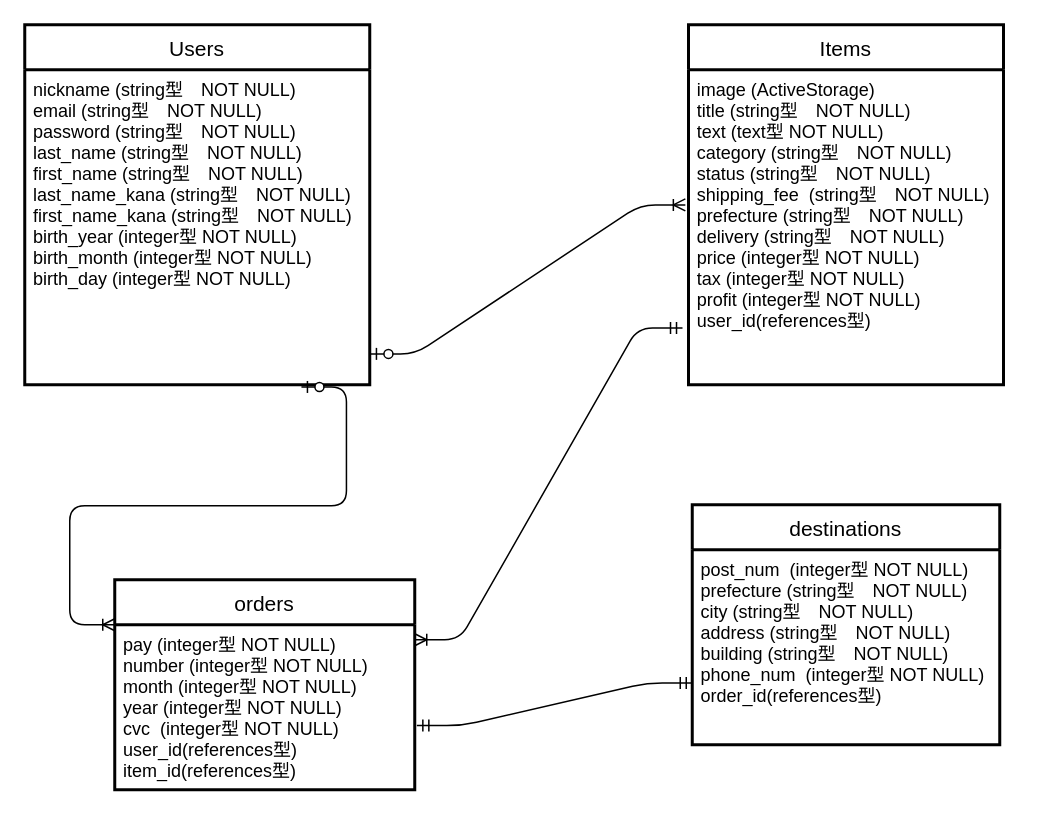
shunsaku0621/furima-35691 keeps this draw.io diagram as furima.dio. Above is the earlier version. Source tidied: cells renumbered, new cells numbered last; positions are measured from the earlier drawing's top-left corner, leaving out a move shared by most shapes. Both pictures are drawn from the tidied source at 150%, with x=0, y=0 at pixel (24, 24).
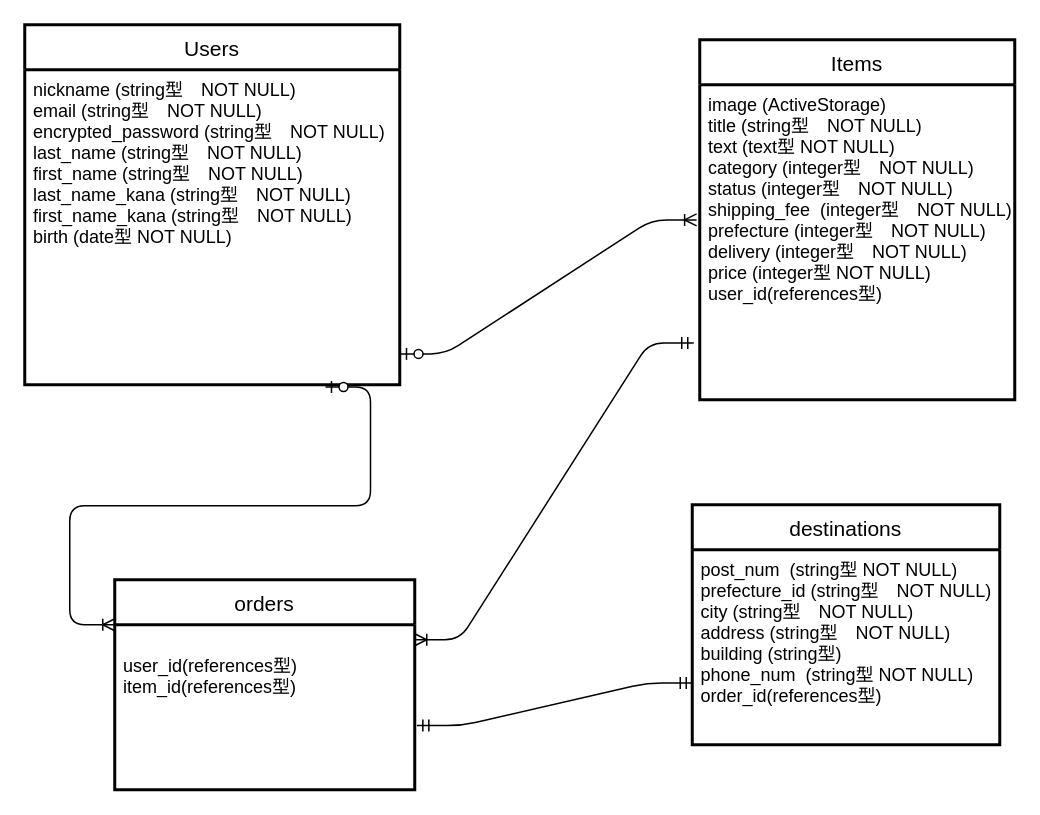
After the change.

Commit message (it also covers changes not shown here):
er図,READMEの修正１

Diff of the diagram source:
```diff
@@
 <mxGraphModel>
   <root>
     <mxCell id="0" />
     <mxCell id="1" parent="0" />
     <mxCell id="2" value="orders" style="swimlane;horizontal=1;startSize=30;fontSize=14;fontStyle=0;strokeWidth=2;shadow=0;dashed=0;align=center;" parent="1" vertex="1">
       <mxGeometry x="60" y="370" width="200" height="140" as="geometry" />
     </mxCell>
-    <mxCell id="3" value="pay (integer型 NOT NULL)&#10;number (integer型 NOT NULL)&#10;month (integer型 NOT NULL)&#10;year (integer型 NOT NULL)&#10;cvc  (integer型 NOT NULL)&#10;user_id(references型)&#10;item_id(references型)" style="align=left;strokeColor=none;fillColor=none;spacingLeft=4;fontSize=12;verticalAlign=top;" parent="2" vertex="1">
+    <mxCell id="3" value="&#10;user_id(references型)&#10;item_id(references型)" style="align=left;strokeColor=none;fillColor=none;spacingLeft=4;fontSize=12;verticalAlign=top;" parent="2" vertex="1">
       <mxGeometry y="30" width="200" height="110" as="geometry" />
     </mxCell>
     <mxCell id="4" value="Items" style="swimlane;horizontal=1;startSize=30;fontSize=14;fontStyle=0;strokeWidth=2;shadow=0;dashed=0;align=center;" parent="1" vertex="1">
-      <mxGeometry x="442.5" width="210" height="240" as="geometry" />
+      <mxGeometry x="450" y="10" width="210" height="240" as="geometry" />
     </mxCell>
-    <mxCell id="5" value="image (ActiveStorage)&#10;title (string型　NOT NULL)&#10;text (text型 NOT NULL)&#10;category (string型　NOT NULL)&#10;status (string型　NOT NULL)&#10;shipping_fee  (string型　NOT NULL)&#10;prefecture (string型　NOT NULL)&#10;delivery (string型　NOT NULL)&#10;price (integer型 NOT NULL)&#10;tax (integer型 NOT NULL)&#10;profit (integer型 NOT NULL)&#10;user_id(references型)" style="align=left;strokeColor=none;fillColor=none;spacingLeft=4;fontSize=12;verticalAlign=top;" parent="4" vertex="1">
+    <mxCell id="5" value="image (ActiveStorage)&#10;title (string型　NOT NULL)&#10;text (text型 NOT NULL)&#10;category (integer型　NOT NULL)&#10;status (integer型　NOT NULL)&#10;shipping_fee  (integer型　NOT NULL)&#10;prefecture (integer型　NOT NULL)&#10;delivery (integer型　NOT NULL)&#10;price (integer型 NOT NULL)&#10;user_id(references型)" style="align=left;strokeColor=none;fillColor=none;spacingLeft=4;fontSize=12;verticalAlign=top;" parent="4" vertex="1">
       <mxGeometry y="30" width="210" height="210" as="geometry" />
     </mxCell>
     <mxCell id="6" value="destinations" style="swimlane;horizontal=1;startSize=30;fontSize=14;fontStyle=0;strokeWidth=2;shadow=0;dashed=0;align=center;" parent="1" vertex="1">
       <mxGeometry x="445" y="320" width="205" height="160" as="geometry" />
     </mxCell>
-    <mxCell id="7" value="post_num  (integer型 NOT NULL)&#10;prefecture (string型　NOT NULL)&#10;city (string型　NOT NULL)&#10;address (string型　NOT NULL)&#10;building (string型　NOT NULL)&#10;phone_num  (integer型 NOT NULL)&#10;order_id(references型)&#10;" style="align=left;strokeColor=none;fillColor=none;spacingLeft=4;fontSize=12;verticalAlign=top;" parent="6" vertex="1">
+    <mxCell id="7" value="post_num  (string型 NOT NULL)&#10;prefecture_id (string型　NOT NULL)&#10;city (string型　NOT NULL)&#10;address (string型　NOT NULL)&#10;building (string型)&#10;phone_num  (string型 NOT NULL)&#10;order_id(references型)&#10;" style="align=left;strokeColor=none;fillColor=none;spacingLeft=4;fontSize=12;verticalAlign=top;" parent="6" vertex="1">
       <mxGeometry y="30" width="205" height="130" as="geometry" />
     </mxCell>
     <mxCell id="8" style="edgeStyle=entityRelationEdgeStyle;fontSize=13;html=1;endArrow=ERoneToMany;startArrow=ERzeroToOne;exitX=1.002;exitY=0.902;exitDx=0;exitDy=0;exitPerimeter=0;entryX=-0.01;entryY=0.429;entryDx=0;entryDy=0;entryPerimeter=0;" parent="1" edge="1" source="10" target="5">
       <mxGeometry relative="1" as="geometry" />
     </mxCell>
     <mxCell id="9" value="Users" style="swimlane;horizontal=1;startSize=30;fontSize=14;fontStyle=0;strokeWidth=2;shadow=0;dashed=0;align=center;" parent="1" vertex="1">
-      <mxGeometry width="230" height="240" as="geometry" />
+      <mxGeometry width="250" height="240" as="geometry" />
     </mxCell>
-    <mxCell id="10" value="nickname (string型　NOT NULL)&#10;email (string型　NOT NULL)&#10;password (string型　NOT NULL)&#10;last_name (string型　NOT NULL)&#10;first_name (string型　NOT NULL)&#10;last_name_kana (string型　NOT NULL)&#10;first_name_kana (string型　NOT NULL)&#10;birth_year (integer型 NOT NULL)&#10;birth_month (integer型 NOT NULL)&#10;birth_day (integer型 NOT NULL)" style="align=left;strokeColor=none;fillColor=none;spacingLeft=4;fontSize=12;verticalAlign=top;" parent="9" vertex="1">
-      <mxGeometry y="30" width="230" height="210" as="geometry" />
+    <mxCell id="10" value="nickname (string型　NOT NULL)&#10;email (string型　NOT NULL)&#10;encrypted_password (string型　NOT NULL)&#10;last_name (string型　NOT NULL)&#10;first_name (string型　NOT NULL)&#10;last_name_kana (string型　NOT NULL)&#10;first_name_kana (string型　NOT NULL)&#10;birth (date型 NOT NULL)" style="align=left;strokeColor=none;fillColor=none;spacingLeft=4;fontSize=12;verticalAlign=top;" parent="9" vertex="1">
+      <mxGeometry y="30" width="250" height="210" as="geometry" />
     </mxCell>
     <mxCell id="11" style="edgeStyle=entityRelationEdgeStyle;fontSize=12;html=1;endArrow=ERoneToMany;startArrow=ERzeroToOne;exitX=0.802;exitY=1.007;exitDx=0;exitDy=0;exitPerimeter=0;" parent="1" edge="1" source="10">
       <mxGeometry relative="1" as="geometry">
         <mxPoint x="60" y="400" as="targetPoint" />
       </mxGeometry>
     </mxCell>
     <mxCell id="12" style="edgeStyle=entityRelationEdgeStyle;fontSize=12;html=1;endArrow=ERmandOne;startArrow=ERmandOne;exitX=1.007;exitY=0.611;exitDx=0;exitDy=0;exitPerimeter=0;entryX=0;entryY=0.683;entryDx=0;entryDy=0;entryPerimeter=0;" parent="1" edge="1" source="3" target="7">
       <mxGeometry relative="1" as="geometry" />
     </mxCell>
     <mxCell id="13" style="edgeStyle=entityRelationEdgeStyle;fontSize=12;html=1;endArrow=ERoneToMany;startArrow=ERmandOne;entryX=1;entryY=0.091;entryDx=0;entryDy=0;entryPerimeter=0;exitX=-0.019;exitY=0.82;exitDx=0;exitDy=0;exitPerimeter=0;" parent="1" edge="1" source="5" target="3">
       <mxGeometry relative="1" as="geometry" />
     </mxCell>
   </root>
 </mxGraphModel>
```
